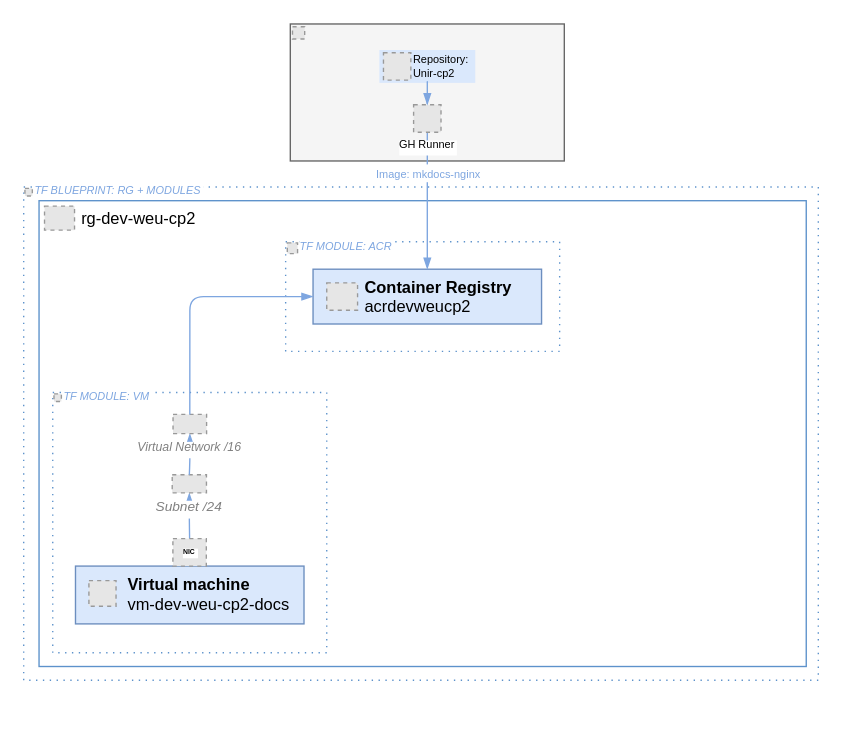
Above: docs/assets/drawio/cp2-arquitectura.drawio in charlstown/unir-cp2 (draw.io), before the change. Source tidied: cells renumbered, new cells numbered last; positions are measured from the earlier drawing's top-left corner, leaving out a move shared by most shapes. Both pictures are drawn from the tidied source at 137%, with x=0, y=0 at pixel (23, 23). Pictures stored in the file or linked from it are replaced by grey dashed boxes.
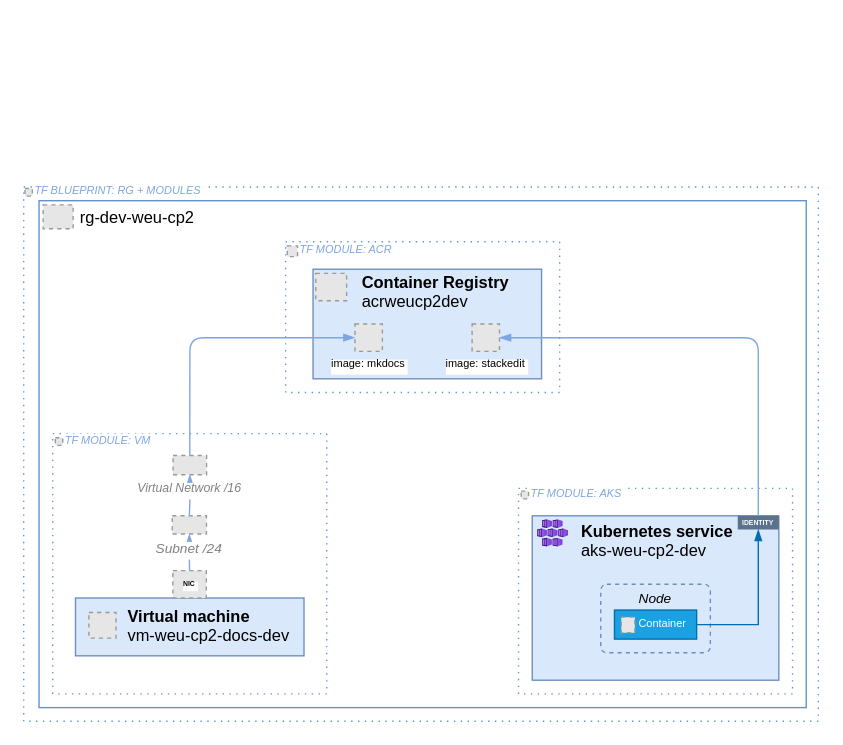
The same page after the edit.

The change refers to these unchanged cells:
```xml
<mxCell id="16" value="Virtual Network /16" style="fillColor=#E6E6E6;strokeColor=#999999;dashed=1;verticalLabelPosition=bottom;labelBackgroundColor=default;verticalAlign=top;labelPosition=center;align=center;fontStyle=2;spacingLeft=0;fontColor=#808080;fontSize=9;spacing=0;" parent="7" vertex="1">
  <mxGeometry x="87.8" y="16" width="24.5" height="14" as="geometry" />
</mxCell>
```

Change to the diagram source:
```diff
@@
     <mxCell id="2" style="group;" parent="1" vertex="1">
-      <mxGeometry x="-0.2" y="119" width="580" height="360" as="geometry" />
+      <mxGeometry x="-0.2" y="119" width="580" height="390" as="geometry" />
     </mxCell>
     <mxCell id="3" style="rounded=0;whiteSpace=wrap;html=1;fillColor=none;strokeColor=light-dark(#5d92cb, #2a7ed3);dashed=1;fontStyle=2;fontColor=#7EA6E0;fontSize=8;verticalAlign=top;align=left;dashPattern=1 4;strokeWidth=1;spacing=0;spacingTop=-2;spacingLeft=2;" parent="2" vertex="1">
-      <mxGeometry width="580" height="360" as="geometry" />
+      <mxGeometry width="580" height="390" as="geometry" />
     </mxCell>
     <mxCell id="4" value="TF BLUEPRINT: RG + MODULES" style="fillColor=#E6E6E6;strokeColor=#999999;dashed=1;verticalLabelPosition=middle;labelBackgroundColor=default;verticalAlign=middle;align=left;spacingLeft=2;spacingTop=-2;spacing=0;fontFamily=Helvetica;fontSize=8;fontColor=#7EA6E0;fontStyle=2;labelPosition=right;" parent="2" vertex="1">
-      <mxGeometry x="0.9" y="1" width="5.4" height="5.6" as="geometry" />
+      <mxGeometry x="0.9" y="1.1" width="5.4" height="5.6" as="geometry" />
     </mxCell>
     <mxCell id="5" style="rounded=0;whiteSpace=wrap;html=1;fillColor=none;strokeColor=light-dark(#5d92cb, #2a7ed3);" parent="1" vertex="1">
-      <mxGeometry x="11" y="129" width="560" height="340" as="geometry" />
+      <mxGeometry x="11" y="129" width="560" height="370" as="geometry" />
     </mxCell>
     <mxCell id="6" value=" rg-dev-weu-cp2" style="fillColor=#E6E6E6;strokeColor=#999999;dashed=1;verticalLabelPosition=middle;labelBackgroundColor=default;verticalAlign=middle;labelPosition=right;align=left;" parent="1" vertex="1">
-      <mxGeometry x="15" y="133" width="21.9" height="17.5" as="geometry" />
+      <mxGeometry x="14" y="132" width="21.9" height="17.5" as="geometry" />
     </mxCell>
     <mxCell id="7" style="group;" parent="1" vertex="1">
-      <mxGeometry x="21" y="269" width="200" height="190" as="geometry" />
+      <mxGeometry x="21" y="299" width="200" height="190" as="geometry" />
     </mxCell>
@@
     <mxCell id="9" value="TF MODULE: VM" style="fillColor=#E6E6E6;strokeColor=#999999;dashed=1;verticalLabelPosition=middle;labelBackgroundColor=default;verticalAlign=middle;align=left;spacingLeft=2;spacingTop=-2;spacing=0;fontFamily=Helvetica;fontSize=8;fontColor=#7EA6E0;fontStyle=2;labelPosition=right;" parent="7" vertex="1">
-      <mxGeometry x="0.9" y="1" width="5.4" height="5.6" as="geometry" />
+      <mxGeometry x="1.9" y="3" width="5.4" height="5.6" as="geometry" />
     </mxCell>
     <mxCell id="10" style="group;" parent="7" vertex="1">
-      <mxGeometry x="16.6" y="126.7" width="166.8" height="42.2" as="geometry" />
+      <mxGeometry x="16.6" y="120" width="166.8" height="42.2" as="geometry" />
     </mxCell>
-    <mxCell id="11" value="&lt;b&gt;Virtual machine&lt;/b&gt;&lt;div style=&quot;padding-left: 0px; padding-right: 0px;&quot;&gt;vm-dev-weu-cp2-docs&lt;/div&gt;" style="rounded=0;whiteSpace=wrap;html=1;verticalAlign=top;labelPosition=center;verticalLabelPosition=middle;align=left;fillColor=#dae8fc;strokeColor=#6c8ebf;spacingRight=4;spacingLeft=36;" parent="10" vertex="1">
+    <mxCell id="11" value="&lt;b&gt;Virtual machine&lt;/b&gt;&lt;div style=&quot;padding-left: 0px; padding-right: 0px;&quot;&gt;vm-weu-cp2-docs-dev&lt;/div&gt;" style="rounded=0;whiteSpace=wrap;html=1;verticalAlign=top;labelPosition=center;verticalLabelPosition=middle;align=left;fillColor=#dae8fc;strokeColor=#6c8ebf;spacingRight=4;spacingLeft=36;" parent="10" vertex="1">
       <mxGeometry width="166.8" height="42.2" as="geometry" />
     </mxCell>
@@
     <mxCell id="17" value="NIC" style="fillColor=#E6E6E6;strokeColor=#999999;dashed=1;verticalLabelPosition=middle;labelBackgroundColor=default;verticalAlign=middle;fontSize=5;spacing=0;spacingTop=0;labelPosition=center;align=center;fontColor=default;fontStyle=1;" parent="7" vertex="1">
-      <mxGeometry x="87.7" y="106.7" width="24.4" height="20" as="geometry" />
+      <mxGeometry x="87.7" y="100" width="24.4" height="20" as="geometry" />
     </mxCell>
     <mxCell id="18" style="rounded=0;whiteSpace=wrap;html=1;fillColor=none;strokeColor=light-dark(#5d92cb, #2a7ed3);dashed=1;fontStyle=2;fontColor=#7EA6E0;fontSize=8;verticalAlign=top;align=left;dashPattern=1 4;strokeWidth=1;spacing=0;spacingTop=-2;spacingLeft=2;" parent="1" vertex="1">
-      <mxGeometry x="191" y="159" width="200" height="80" as="geometry" />
+      <mxGeometry x="191" y="159" width="200" height="110" as="geometry" />
     </mxCell>
     <mxCell id="19" value="TF MODULE: ACR" style="fillColor=#E6E6E6;strokeColor=#999999;dashed=1;verticalLabelPosition=middle;labelBackgroundColor=default;verticalAlign=middle;align=left;spacingLeft=2;spacingTop=-2;spacing=0;fontFamily=Helvetica;fontSize=8;fontColor=#7EA6E0;fontStyle=2;labelPosition=right;" parent="1" vertex="1">
-      <mxGeometry x="192.2" y="159.8" width="7.5" height="7.8" as="geometry" />
+      <mxGeometry x="192.2" y="162" width="7.5" height="7.8" as="geometry" />
     </mxCell>
     <mxCell id="20" style="group;" parent="1" vertex="1">
-      <mxGeometry x="211" y="179" width="166.8" height="40" as="geometry" />
+      <mxGeometry x="211" y="179" width="166.8" height="80" as="geometry" />
     </mxCell>
-    <mxCell id="21" value="&lt;div style=&quot;padding-left: 0px; padding-right: 0px;&quot;&gt;&lt;b style=&quot;text-align: right;&quot;&gt;Container Registry&lt;/b&gt;&lt;/div&gt;&lt;div&gt;&lt;span style=&quot;text-align: right;&quot;&gt;acrdevweucp2&lt;/span&gt;&lt;/div&gt;" style="rounded=0;whiteSpace=wrap;html=1;verticalAlign=top;labelPosition=center;verticalLabelPosition=middle;align=left;fillColor=#dae8fc;strokeColor=#6c8ebf;spacingRight=4;spacingLeft=36;" parent="20" vertex="1">
-      <mxGeometry width="166.8" height="40" as="geometry" />
+    <mxCell id="21" value="&lt;div style=&quot;padding-left: 0px; padding-right: 0px;&quot;&gt;&lt;b style=&quot;text-align: right;&quot;&gt;Container Registry&lt;/b&gt;&lt;/div&gt;&lt;div&gt;&lt;span style=&quot;text-align: right;&quot;&gt;acrweucp2dev&lt;/span&gt;&lt;/div&gt;" style="rounded=0;whiteSpace=wrap;html=1;verticalAlign=top;labelPosition=center;verticalLabelPosition=middle;align=left;fillColor=#dae8fc;strokeColor=#6c8ebf;spacingRight=4;spacingLeft=36;spacing=0;spacingTop=-2;" parent="20" vertex="1">
+      <mxGeometry width="166.8" height="80" as="geometry" />
     </mxCell>
     <mxCell id="22" style="fillColor=#E6E6E6;strokeColor=#999999;dashed=1;verticalLabelPosition=bottom;labelBackgroundColor=default;verticalAlign=top;" parent="20" vertex="1">
-      <mxGeometry x="10" y="10" width="22.5" height="20" as="geometry" />
+      <mxGeometry x="2" y="3" width="22.5" height="20" as="geometry" />
     </mxCell>
+    <mxCell id="32" value="image: mkdocs" style="fillColor=#E6E6E6;strokeColor=#999999;dashed=1;verticalLabelPosition=bottom;labelBackgroundColor=light-dark(#FFFFFF,#EDEDED);verticalAlign=top;fontSize=8;fontColor=#000000;spacing=0;fontStyle=0;" parent="20" vertex="1">
+      <mxGeometry x="30.6" y="40" width="20" height="20" as="geometry" />
+    </mxCell>
+    <mxCell id="34" value="image: stackedit" style="fillColor=#E6E6E6;strokeColor=#999999;dashed=1;verticalLabelPosition=bottom;labelBackgroundColor=light-dark(#FFFFFF,#EDEDED);verticalAlign=top;fontSize=8;fontColor=#000000;spacing=0;fontStyle=0;" parent="20" vertex="1">
+      <mxGeometry x="116.1" y="40" width="20" height="20" as="geometry" />
+    </mxCell>
-    <mxCell id="23" style="edgeStyle=orthogonalEdgeStyle;rounded=1;jettySize=auto;html=1;exitX=0;exitY=0.5;exitDx=0;exitDy=0;entryX=0.5;entryY=0;entryDx=0;entryDy=0;strokeColor=#7EA6E0;endArrow=none;endFill=1;curved=0;startFill=1;startArrow=blockThin;" parent="1" edge="1" source="21" target="16">
+    <mxCell id="23" style="edgeStyle=orthogonalEdgeStyle;rounded=1;jettySize=auto;html=1;exitX=0;exitY=0.5;exitDx=0;exitDy=0;entryX=0.5;entryY=0;entryDx=0;entryDy=0;strokeColor=#7EA6E0;endArrow=none;endFill=1;curved=0;startFill=1;startArrow=blockThin;" parent="1" edge="1" source="32" target="16">
       <mxGeometry relative="1" as="geometry" />
     </mxCell>
-    <mxCell id="24" style="group;" parent="1" vertex="1">
-      <mxGeometry x="194.4" width="200" height="100" as="geometry" />
-    </mxCell>
-    <mxCell id="25" style="rounded=0;whiteSpace=wrap;html=1;fillColor=#f5f5f5;strokeColor=#666666;fontColor=#333333;" parent="24" vertex="1">
-      <mxGeometry width="200" height="100" as="geometry" />
-    </mxCell>
-    <mxCell id="26" style="fillColor=#E6E6E6;strokeColor=#999999;dashed=1;verticalLabelPosition=bottom;labelBackgroundColor=default;verticalAlign=top;" parent="24" vertex="1">
-      <mxGeometry x="1.6" y="2" width="8.9" height="9" as="geometry" />
-    </mxCell>
-    <mxCell id="27" style="group;" parent="24" vertex="1">
-      <mxGeometry x="65" y="19" width="70" height="24" as="geometry" />
-    </mxCell>
-    <mxCell id="28" style="rounded=0;whiteSpace=wrap;html=1;fillColor=#dae8fc;strokeColor=none;" parent="27" vertex="1">
-      <mxGeometry width="70" height="24" as="geometry" />
-    </mxCell>
-    <mxCell id="29" value="Repository:&#10;Unir-cp2" style="fillColor=#E6E6E6;strokeColor=#999999;dashed=1;verticalLabelPosition=middle;labelBackgroundColor=none;verticalAlign=middle;labelPosition=right;align=left;fontSize=8;fontStyle=0;" parent="27" vertex="1">
-      <mxGeometry x="3" y="2" width="20" height="20" as="geometry" />
-    </mxCell>
-    <mxCell id="30" style="edgeStyle=orthogonalEdgeStyle;rounded=1;jettySize=auto;html=1;entryX=0.5;entryY=0;entryDx=0;entryDy=0;strokeColor=#7EA6E0;align=center;verticalAlign=middle;fontFamily=Helvetica;fontSize=7;fontColor=default;labelBackgroundColor=default;startArrow=none;startFill=0;endArrow=blockThin;endFill=1;curved=0;" parent="1" edge="1" source="32" target="21">
-      <mxGeometry relative="1" as="geometry" />
-    </mxCell>
-    <mxCell id="31" value="&lt;font style=&quot;font-size: 8px;&quot;&gt;Image: mkdocs-nginx&lt;/font&gt;" style="edgeLabel;html=1;align=center;verticalAlign=middle;spacing=0;fontColor=light-dark(#7EA6E0,#EDEDED);" parent="30" vertex="1">
-      <mxGeometry x="0.27" relative="1" as="geometry">
-        <mxPoint y="-35" as="offset" />
-      </mxGeometry>
-    </mxCell>
-    <mxCell id="32" value="GH Runner" style="fillColor=#E6E6E6;strokeColor=#999999;dashed=1;verticalLabelPosition=bottom;labelBackgroundColor=default;verticalAlign=top;fontSize=8;fontColor=#000000;spacing=0;fontStyle=0;" parent="1" vertex="1">
-      <mxGeometry x="284.4" y="59" width="20" height="20" as="geometry" />
-    </mxCell>
-    <mxCell id="33" style="edgeStyle=orthogonalEdgeStyle;rounded=1;jettySize=auto;html=1;strokeColor=#7EA6E0;align=center;verticalAlign=middle;fontFamily=Helvetica;fontSize=11;fontColor=default;labelBackgroundColor=default;startArrow=none;startFill=0;endArrow=blockThin;endFill=1;curved=0;" parent="1" edge="1" source="28" target="32">
-      <mxGeometry relative="1" as="geometry" />
-    </mxCell>
+    <mxCell id="35" style="group;" parent="1" vertex="1">
+      <mxGeometry x="361" y="299" width="200" height="190" as="geometry" />
+    </mxCell>
+    <mxCell id="36" style="rounded=0;whiteSpace=wrap;html=1;fillColor=none;strokeColor=light-dark(#5d92cb, #2a7ed3);dashed=1;fontStyle=2;fontColor=#7EA6E0;fontSize=8;verticalAlign=top;align=left;dashPattern=1 4;strokeWidth=1;spacing=0;spacingTop=-2;spacingLeft=2;" parent="35" vertex="1">
+      <mxGeometry y="40" width="200" height="150" as="geometry" />
+    </mxCell>
+    <mxCell id="37" value="TF MODULE: AKS" style="fillColor=#E6E6E6;strokeColor=#999999;dashed=1;verticalLabelPosition=middle;labelBackgroundColor=default;verticalAlign=middle;align=left;spacingLeft=2;spacingTop=-2;spacing=0;fontFamily=Helvetica;fontSize=8;fontColor=#7EA6E0;fontStyle=2;labelPosition=right;" parent="35" vertex="1">
+      <mxGeometry x="1.9" y="42" width="5.4" height="5.6" as="geometry" />
+    </mxCell>
+    <mxCell id="38" style="group;" parent="35" vertex="1">
+      <mxGeometry x="10" y="20" width="180" height="160" as="geometry" />
+    </mxCell>
+    <mxCell id="39" value="&lt;div style=&quot;padding-left: 0px; padding-right: 0px;&quot;&gt;&lt;b&gt;Kubernetes service&lt;/b&gt;&lt;/div&gt;&lt;div style=&quot;padding-left: 0px; padding-right: 0px;&quot;&gt;aks-weu-cp2-dev&lt;/div&gt;" style="rounded=0;whiteSpace=wrap;html=1;verticalAlign=top;labelPosition=center;verticalLabelPosition=middle;align=left;fillColor=#dae8fc;strokeColor=#6c8ebf;spacingRight=4;spacingLeft=36;spacing=0;" parent="38" vertex="1">
+      <mxGeometry y="40" width="180" height="120" as="geometry" />
+    </mxCell>
+    <mxCell id="40" value="Node" style="rounded=1;whiteSpace=wrap;html=1;dashed=1;arcSize=9;fillColor=none;strokeColor=#6c8ebf;fontStyle=2;verticalAlign=top;align=center;spacing=0;fontSize=10;" parent="38" vertex="1">
+      <mxGeometry x="50" y="90" width="80" height="50" as="geometry" />
+    </mxCell>
+    <mxCell id="41" style="group;" parent="38" vertex="1">
+      <mxGeometry x="60" y="108.8" width="70" height="37.9" as="geometry" />
+    </mxCell>
+    <mxCell id="42" value="Container" style="rounded=0;whiteSpace=wrap;html=1;fillColor=#1ba1e2;fontColor=#ffffff;strokeColor=#006EAF;fontSize=8;align=left;spacingLeft=16;" parent="41" vertex="1">
+      <mxGeometry width="60" height="21.2" as="geometry" />
+    </mxCell>
+    <mxCell id="43" style="fillColor=#E6E6E6;strokeColor=#999999;dashed=1;verticalLabelPosition=bottom;labelBackgroundColor=default;verticalAlign=top;" parent="41" vertex="1">
+      <mxGeometry x="5" y="5.2" width="9.9" height="11.4" as="geometry" />
+    </mxCell>
+    <mxCell id="44" style="image;html=1;align=center;fontSize=12;image=img/lib/azure2/compute/Kubernetes_Services.svg;" parent="38" vertex="1">
+      <mxGeometry x="4" y="43" width="22.7" height="20" as="geometry" />
+    </mxCell>
+    <mxCell id="45" value="IDENTITY" style="rounded=0;whiteSpace=wrap;html=1;strokeColor=none;fillColor=#5B718C;fontColor=#FFFFFF;fontSize=5;spacing=0;spacingTop=-2;fontStyle=1;" parent="38" vertex="1">
+      <mxGeometry x="150" y="40" width="30" height="10" as="geometry" />
+    </mxCell>
+    <mxCell id="46" style="edgeStyle=orthogonalEdgeStyle;rounded=0;jettySize=auto;html=1;entryX=0.5;entryY=1;entryDx=0;entryDy=0;strokeColor=#006EAF;align=left;verticalAlign=middle;spacingLeft=16;fontFamily=Helvetica;fontSize=8;fontColor=#ffffff;fillColor=#1ba1e2;endArrow=blockThin;endFill=1;" parent="38" edge="1" source="42" target="45">
+      <mxGeometry relative="1" as="geometry" />
+    </mxCell>
+    <mxCell id="47" style="edgeStyle=orthogonalEdgeStyle;rounded=1;jettySize=auto;html=1;entryX=1;entryY=0.5;entryDx=0;entryDy=0;exitX=0.5;exitY=0;exitDx=0;exitDy=0;strokeColor=#7EA6E0;align=center;verticalAlign=middle;fontFamily=Helvetica;fontSize=11;fontColor=default;labelBackgroundColor=default;startArrow=none;startFill=0;endArrow=blockThin;endFill=1;curved=0;" parent="1" edge="1" source="45" target="34">
+      <mxGeometry relative="1" as="geometry" />
+    </mxCell>
```
